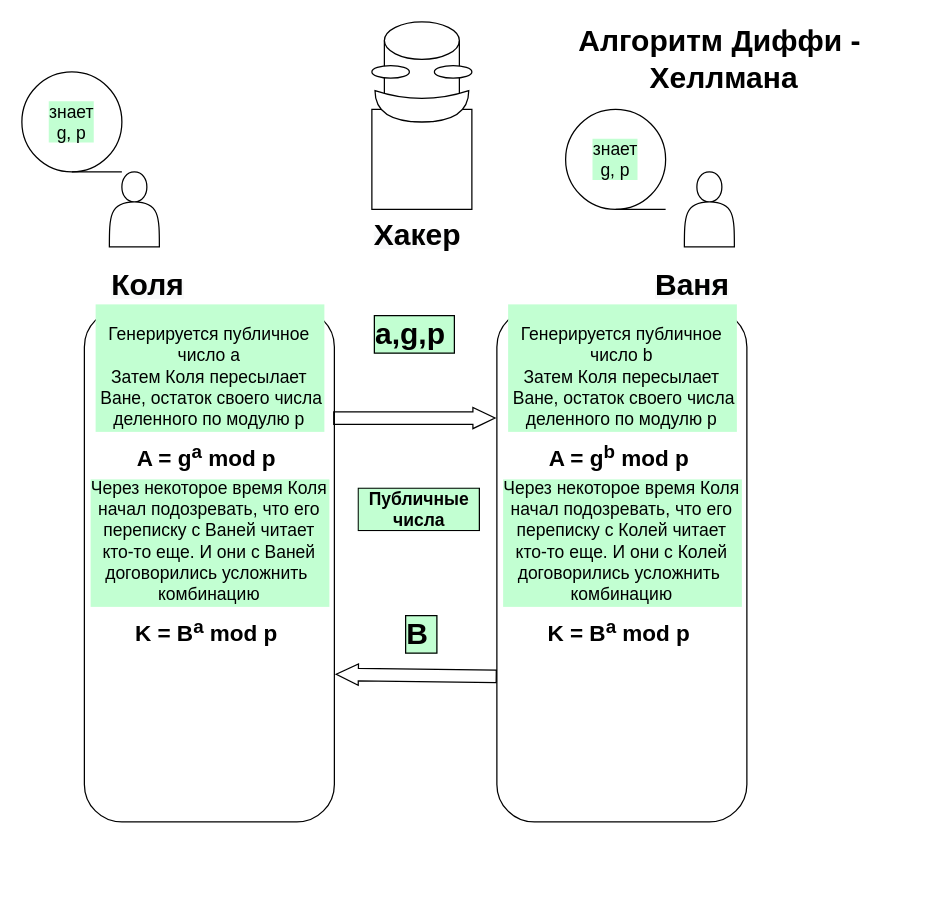
The draw.io diagram Untitled Diagram.drawio in chk777/HW_Algoritms-StructireDates, before the edit. Source tidied: cells renumbered, new cells numbered last; positions are measured from the earlier drawing's top-left corner, leaving out a move shared by most shapes. Both pictures are drawn from the tidied source at 125%, with x=0, y=0 at pixel (21, 21).
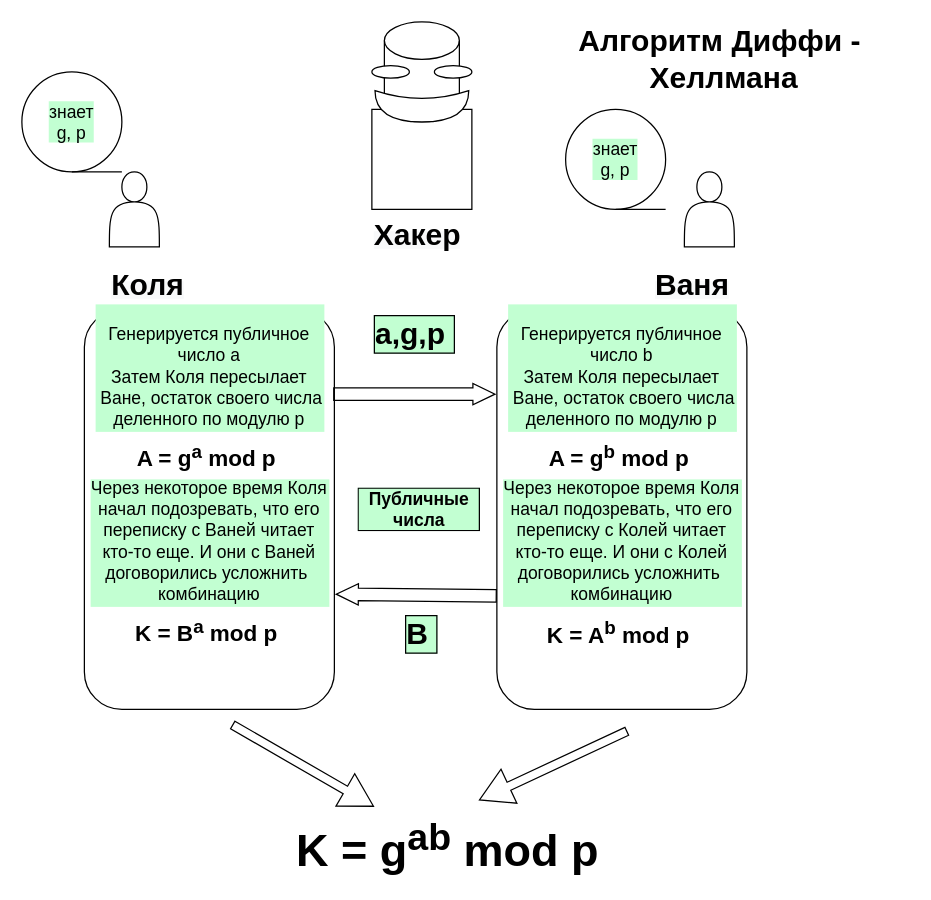
The same diagram, later.

Diff of the diagram source:
```diff
@@
     <mxCell id="3" style="rounded=1;whiteSpace=wrap;html=1;" parent="1" vertex="1">
-      <mxGeometry x="50" y="230" width="200" height="410" as="geometry" />
+      <mxGeometry x="50" y="230" width="200" height="320" as="geometry" />
     </mxCell>
     <mxCell id="4" style="rounded=1;whiteSpace=wrap;html=1;" parent="1" vertex="1">
-      <mxGeometry x="380" y="230" width="200" height="410" as="geometry" />
+      <mxGeometry x="380" y="230" width="200" height="320" as="geometry" />
     </mxCell>
@@
-    <mxCell id="29" value="&lt;font style=&quot;font-size: 18px;&quot;&gt;K = B&lt;sup&gt;a&lt;/sup&gt;&amp;nbsp;mod p&lt;sup&gt;&amp;nbsp;&lt;/sup&gt;&lt;/font&gt;" style="text;strokeColor=none;fillColor=none;align=center;verticalAlign=top;overflow=hidden;labelBackgroundColor=none;labelBorderColor=none;fontSize=14;spacing=0;labelPosition=center;verticalLabelPosition=middle;textDirection=ltr;fontStyle=1;html=1;" parent="1" vertex="1">
+    <mxCell id="29" value="&lt;font style=&quot;font-size: 18px;&quot;&gt;K = A&lt;sup&gt;b&lt;/sup&gt;&lt;/font&gt;&lt;font style=&quot;&quot;&gt;&lt;span style=&quot;font-size: 18px;&quot;&gt;&amp;nbsp;mod p&lt;/span&gt;&lt;sup style=&quot;font-size: 18px;&quot;&gt;&amp;nbsp;&lt;/sup&gt;&lt;/font&gt;" style="text;strokeColor=none;fillColor=none;align=center;verticalAlign=top;overflow=hidden;labelBackgroundColor=none;labelBorderColor=none;fontSize=14;spacing=0;labelPosition=center;verticalLabelPosition=middle;textDirection=ltr;fontStyle=1;html=1;" parent="1" vertex="1">
       <mxGeometry x="370" y="470" width="220" height="30" as="geometry" />
     </mxCell>
+    <mxCell id="30" style="shape=singleArrow;direction=west;whiteSpace=wrap;html=1;labelBackgroundColor=none;labelBorderColor=none;fontSize=18;arrowWidth=0.23333333333333334;arrowSize=0.2;rotation=-25;" parent="1" vertex="1">
+      <mxGeometry x="360" y="580" width="130" height="30" as="geometry" />
+    </mxCell>
+    <mxCell id="31" style="shape=singleArrow;direction=south;whiteSpace=wrap;html=1;labelBackgroundColor=none;labelBorderColor=none;fontSize=18;arrowWidth=0.23333333333333334;arrowSize=0.2;rotation=-60;" parent="1" vertex="1">
+      <mxGeometry x="210" y="530" width="30" height="130" as="geometry" />
+    </mxCell>
+    <mxCell id="32" value="&lt;font style=&quot;font-size: 36px;&quot;&gt;K = g&lt;sup&gt;ab&lt;/sup&gt;&amp;nbsp;mod p&lt;sup&gt;&amp;nbsp;&lt;/sup&gt;&lt;/font&gt;" style="text;strokeColor=none;fillColor=none;align=center;verticalAlign=top;overflow=hidden;labelBackgroundColor=none;labelBorderColor=none;fontSize=14;spacing=0;labelPosition=center;verticalLabelPosition=middle;textDirection=ltr;fontStyle=1;html=1;" parent="1" vertex="1">
+      <mxGeometry x="220" y="630" width="250" height="50" as="geometry" />
+    </mxCell>
```
